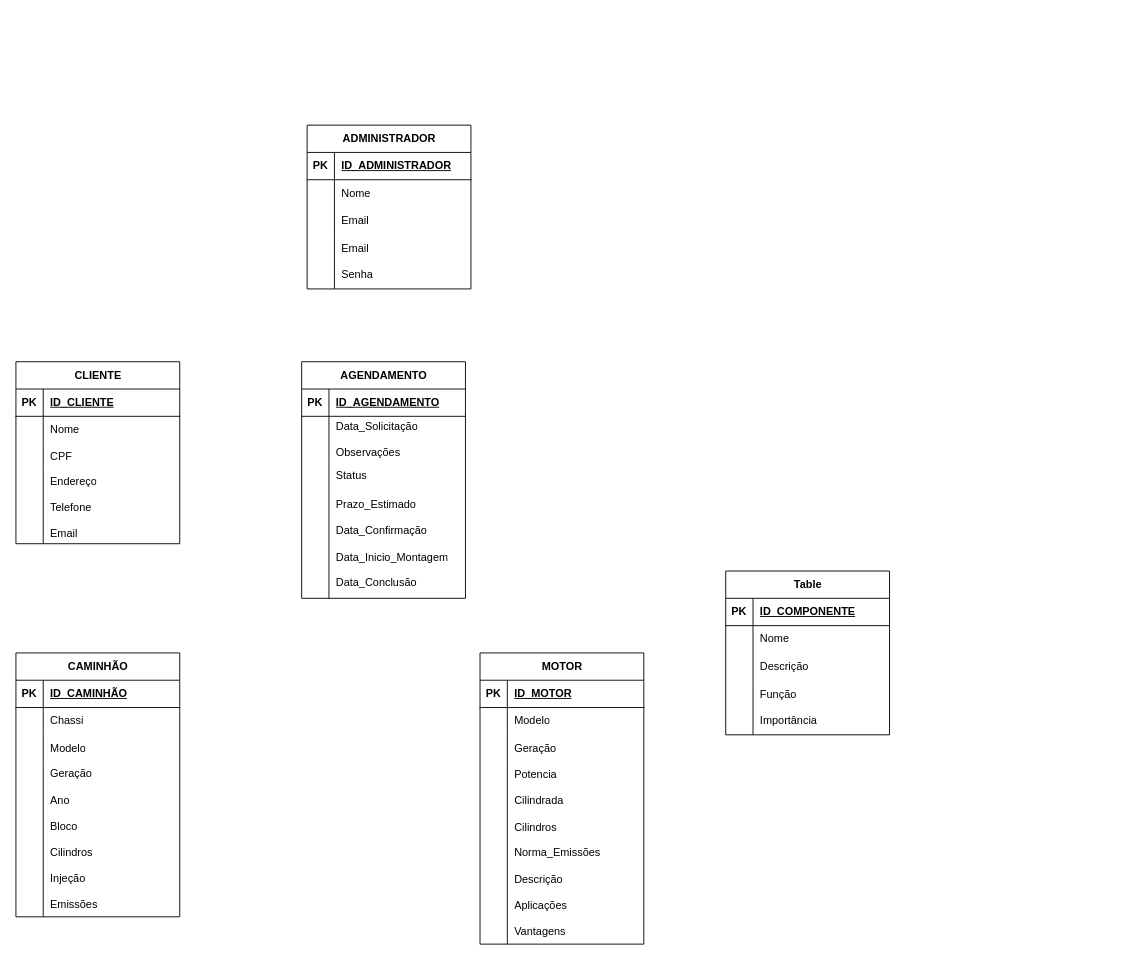
This is database/diagrams/02-diagrama-detalhado.drawio from Tittozo/Project-FeioDiesel, a draw.io file, before an edit. Source tidied: cells renumbered, new cells numbered last; positions are measured from the earlier drawing's top-left corner, leaving out a move shared by most shapes. Both pictures are drawn from the tidied source at 91%, with x=0, y=0 at pixel (15, 125).
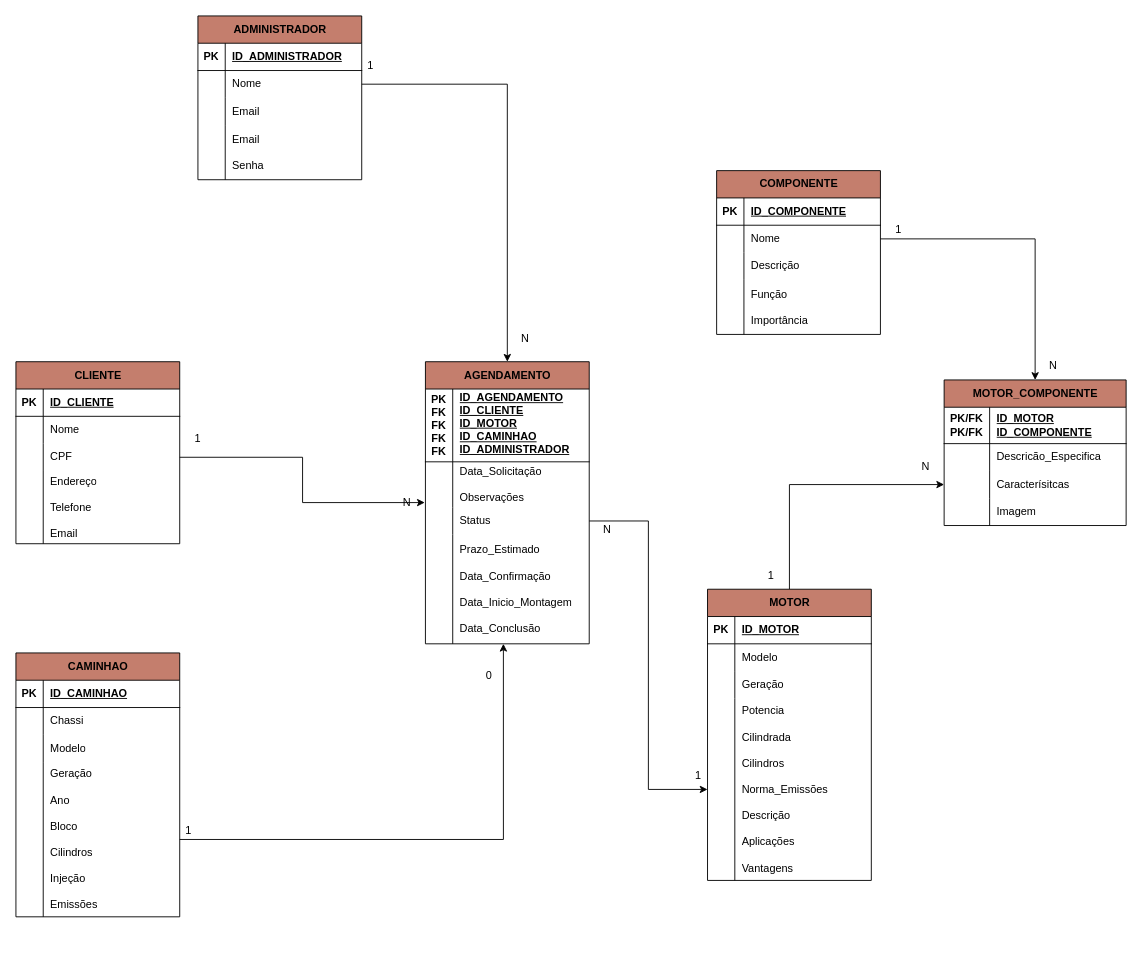
The same page after the edit.

The change refers to these unchanged cells:
```xml
<mxCell id="9" style="shape=tableRow;horizontal=0;startSize=0;swimlaneHead=0;swimlaneBody=0;fillColor=none;points=[[0,0.5],[1,0.5]];portConstraint=eastwest;top=0;left=0;right=0;bottom=0;" parent="2" vertex="1">
  <mxGeometry y="90" width="180" height="30" as="geometry" />
</mxCell>
<mxCell id="29" style="shape=tableRow;horizontal=0;startSize=0;swimlaneHead=0;swimlaneBody=0;fillColor=none;top=0;left=0;right=0;bottom=1;" parent="28" vertex="1">
  <mxGeometry y="30" width="180" height="30" as="geometry" />
</mxCell>
<mxCell id="38" style="shape=tableRow;horizontal=0;startSize=0;swimlaneHead=0;swimlaneBody=0;fillColor=none;points=[[0,0.5],[1,0.5]];portConstraint=eastwest;top=0;left=0;right=0;bottom=0;" parent="28" vertex="1">
  <mxGeometry y="120" width="180" height="170" as="geometry" />
</mxCell>
<mxCell id="51" style="shape=tableRow;horizontal=0;startSize=0;swimlaneHead=0;swimlaneBody=0;fillColor=none;points=[[0,0.5],[1,0.5]];portConstraint=eastwest;top=0;left=0;right=0;bottom=0;" parent="41" vertex="1">
  <mxGeometry y="120" width="180" height="200" as="geometry" />
</mxCell>
<mxCell id="58" style="shape=tableRow;horizontal=0;startSize=0;swimlaneHead=0;swimlaneBody=0;fillColor=none;points=[[0,0.5],[1,0.5]];portConstraint=eastwest;top=0;left=0;right=0;bottom=0;" parent="54" vertex="1">
  <mxGeometry y="60" width="180" height="30" as="geometry" />
</mxCell>
<mxCell id="71" style="shape=tableRow;horizontal=0;startSize=0;swimlaneHead=0;swimlaneBody=0;fillColor=none;points=[[0,0.5],[1,0.5]];portConstraint=eastwest;top=0;left=0;right=0;bottom=0;" parent="67" vertex="1">
  <mxGeometry y="60" width="180" height="30" as="geometry" />
</mxCell>
```

Change to the diagram source:
```diff
@@
-    <mxCell id="2" value="CLIENTE" style="shape=table;startSize=30;childLayout=tableLayout;rowLines=0;fontStyle=1;align=center;html=1;" parent="1" vertex="1">
+    <mxCell id="2" value="CLIENTE" style="shape=table;startSize=30;childLayout=tableLayout;rowLines=0;fontStyle=1;align=center;html=1;fillColor=#C47E6D;" parent="1" vertex="1">
       <mxGeometry y="260" width="180" height="200" as="geometry" />
     </mxCell>
@@
-    <mxCell id="15" value="AGENDAMENTO" style="shape=table;startSize=30;childLayout=tableLayout;rowLines=0;fontStyle=1;align=center;html=1;" parent="1" vertex="1">
-      <mxGeometry x="314" y="260" width="180" height="260" as="geometry" />
+    <mxCell id="15" value="AGENDAMENTO" style="shape=table;startSize=30;childLayout=tableLayout;rowLines=0;fontStyle=1;align=center;html=1;fillColor=#C47E6D;" parent="1" vertex="1">
+      <mxGeometry x="450" y="260" width="180" height="310" as="geometry" />
     </mxCell>
     <mxCell id="16" style="shape=tableRow;horizontal=0;startSize=0;swimlaneHead=0;swimlaneBody=0;fillColor=none;top=0;left=0;right=0;bottom=1;" parent="15" vertex="1">
-      <mxGeometry y="30" width="180" height="30" as="geometry" />
+      <mxGeometry y="30" width="180" height="80" as="geometry" />
     </mxCell>
-    <mxCell id="17" value="PK" style="shape=partialRectangle;fillColor=none;top=0;left=0;bottom=0;right=0;fontStyle=1;overflow=hidden;whiteSpace=wrap;html=1;" parent="16" vertex="1">
-      <mxGeometry width="30" height="30" as="geometry" />
+    <mxCell id="17" value="PK&lt;div&gt;FK&lt;/div&gt;&lt;div&gt;FK&lt;/div&gt;&lt;div&gt;FK&lt;/div&gt;&lt;div&gt;FK&lt;/div&gt;" style="shape=partialRectangle;fillColor=none;top=0;left=0;bottom=0;right=0;fontStyle=1;overflow=hidden;whiteSpace=wrap;html=1;" parent="16" vertex="1">
+      <mxGeometry width="30" height="80" as="geometry" />
     </mxCell>
-    <mxCell id="18" value="ID_AGENDAMENTO" style="shape=partialRectangle;fillColor=none;top=0;left=0;bottom=0;right=0;align=left;spacingLeft=6;fontStyle=5;overflow=hidden;whiteSpace=wrap;html=1;" parent="16" vertex="1">
-      <mxGeometry x="30" width="150" height="30" as="geometry" />
+    <mxCell id="18" value="&lt;div&gt;&lt;span style=&quot;background-color: transparent; color: light-dark(rgb(0, 0, 0), rgb(255, 255, 255));&quot;&gt;ID_AGENDAMENTO&lt;/span&gt;&lt;/div&gt;&lt;div&gt;ID_CLIENTE&lt;/div&gt;&lt;div&gt;ID_MOTOR&lt;/div&gt;&lt;div&gt;ID_CAMINHAO&lt;/div&gt;&lt;div&gt;ID_ADMINISTRADOR&lt;/div&gt;&lt;div&gt;&lt;br&gt;&lt;/div&gt;" style="shape=partialRectangle;fillColor=none;top=0;left=0;bottom=0;right=0;align=left;spacingLeft=6;fontStyle=5;overflow=hidden;whiteSpace=wrap;html=1;" parent="16" vertex="1">
+      <mxGeometry x="30" width="150" height="80" as="geometry" />
     </mxCell>
     <mxCell id="19" style="shape=tableRow;horizontal=0;startSize=0;swimlaneHead=0;swimlaneBody=0;fillColor=none;points=[[0,0.5],[1,0.5]];portConstraint=eastwest;top=0;left=0;right=0;bottom=0;" parent="15" vertex="1">
-      <mxGeometry y="60" width="180" height="50" as="geometry" />
+      <mxGeometry y="110" width="180" height="50" as="geometry" />
     </mxCell>
@@
     <mxCell id="22" style="shape=tableRow;horizontal=0;startSize=0;swimlaneHead=0;swimlaneBody=0;fillColor=none;points=[[0,0.5],[1,0.5]];portConstraint=eastwest;top=0;left=0;right=0;bottom=0;" parent="15" vertex="1">
-      <mxGeometry y="110" width="180" height="30" as="geometry" />
+      <mxGeometry y="160" width="180" height="30" as="geometry" />
     </mxCell>
@@
     <mxCell id="25" style="shape=tableRow;horizontal=0;startSize=0;swimlaneHead=0;swimlaneBody=0;fillColor=none;points=[[0,0.5],[1,0.5]];portConstraint=eastwest;top=0;left=0;right=0;bottom=0;" parent="15" vertex="1">
-      <mxGeometry y="140" width="180" height="120" as="geometry" />
+      <mxGeometry y="190" width="180" height="120" as="geometry" />
     </mxCell>
@@
-    <mxCell id="28" value="CAMINHÃO" style="shape=table;startSize=30;childLayout=tableLayout;rowLines=0;fontStyle=1;align=center;html=1;" parent="1" vertex="1">
+    <mxCell id="28" value="CAMINHAO" style="shape=table;startSize=30;childLayout=tableLayout;rowLines=0;fontStyle=1;align=center;html=1;fillColor=#C47E6D;" parent="1" vertex="1">
       <mxGeometry y="580" width="180" height="290" as="geometry" />
     </mxCell>
@@
-    <mxCell id="31" value="ID_CAMINHÃO" style="shape=partialRectangle;fillColor=none;top=0;left=0;bottom=0;right=0;align=left;spacingLeft=6;fontStyle=5;overflow=hidden;whiteSpace=wrap;html=1;" parent="29" vertex="1">
+    <mxCell id="31" value="ID_CAMINHAO" style="shape=partialRectangle;fillColor=none;top=0;left=0;bottom=0;right=0;align=left;spacingLeft=6;fontStyle=5;overflow=hidden;whiteSpace=wrap;html=1;" parent="29" vertex="1">
       <mxGeometry x="30" width="150" height="30" as="geometry" />
     </mxCell>
@@
+    <mxCell id="80" style="edgeStyle=orthogonalEdgeStyle;rounded=0;jettySize=auto;html=1;exitX=0.5;exitY=0;exitDx=0;exitDy=0;entryX=0;entryY=0.5;entryDx=0;entryDy=0;" parent="1" edge="1" source="41" target="100">
+      <mxGeometry relative="1" as="geometry" />
+    </mxCell>
-    <mxCell id="41" value="MOTOR" style="shape=table;startSize=30;childLayout=tableLayout;rowLines=0;fontStyle=1;align=center;html=1;" parent="1" vertex="1">
-      <mxGeometry x="510" y="580" width="180" height="320" as="geometry" />
+    <mxCell id="41" value="MOTOR" style="shape=table;startSize=30;childLayout=tableLayout;rowLines=0;fontStyle=1;align=center;html=1;fillColor=#C47E6D;" parent="1" vertex="1">
+      <mxGeometry x="760" y="510" width="180" height="320" as="geometry" />
     </mxCell>
@@
-    <mxCell id="54" value="Table" style="shape=table;startSize=30;childLayout=tableLayout;rowLines=0;fontStyle=1;align=center;html=1;" parent="1" vertex="1">
-      <mxGeometry x="780" y="490" width="180" height="180" as="geometry" />
+    <mxCell id="54" value="COMPONENTE" style="shape=table;startSize=30;childLayout=tableLayout;rowLines=0;fontStyle=1;align=center;html=1;fillColor=#C47E6D;" parent="1" vertex="1">
+      <mxGeometry x="770" y="50" width="180" height="180" as="geometry" />
     </mxCell>
@@
-    <mxCell id="67" value="ADMINISTRADOR" style="shape=table;startSize=30;childLayout=tableLayout;rowLines=0;fontStyle=1;align=center;html=1;" parent="1" vertex="1">
-      <mxGeometry x="320" width="180" height="180" as="geometry" />
+    <mxCell id="67" value="ADMINISTRADOR" style="shape=table;startSize=30;childLayout=tableLayout;rowLines=0;fontStyle=1;align=center;html=1;fillColor=#C47E6D;" parent="1" vertex="1">
+      <mxGeometry x="200" y="-120" width="180" height="180" as="geometry" />
     </mxCell>
@@
+    <mxCell id="81" style="edgeStyle=orthogonalEdgeStyle;rounded=0;jettySize=auto;html=1;exitX=1;exitY=0.5;exitDx=0;exitDy=0;entryX=-0.004;entryY=0.896;entryDx=0;entryDy=0;entryPerimeter=0;" parent="1" edge="1" source="9" target="19">
+      <mxGeometry relative="1" as="geometry" />
+    </mxCell>
+    <mxCell id="82" value="1" style="text;html=1;whiteSpace=wrap;strokeColor=none;fillColor=none;align=center;verticalAlign=middle;rounded=0;" parent="1" vertex="1">
+      <mxGeometry x="170" y="330" width="60" height="30" as="geometry" />
+    </mxCell>
+    <mxCell id="83" value="N" style="text;html=1;whiteSpace=wrap;strokeColor=none;fillColor=none;align=center;verticalAlign=middle;rounded=0;" parent="1" vertex="1">
+      <mxGeometry x="400" y="400" width="60" height="30" as="geometry" />
+    </mxCell>
+    <mxCell id="84" style="edgeStyle=orthogonalEdgeStyle;rounded=0;jettySize=auto;html=1;exitX=1;exitY=0.5;exitDx=0;exitDy=0;entryX=0;entryY=0.5;entryDx=0;entryDy=0;" parent="1" edge="1" source="22" target="51">
+      <mxGeometry relative="1" as="geometry" />
+    </mxCell>
+    <mxCell id="85" value="N" style="text;html=1;whiteSpace=wrap;strokeColor=none;fillColor=none;align=center;verticalAlign=middle;rounded=0;" parent="1" vertex="1">
+      <mxGeometry x="620" y="430" width="60" height="30" as="geometry" />
+    </mxCell>
+    <mxCell id="86" value="1" style="text;html=1;whiteSpace=wrap;strokeColor=none;fillColor=none;align=center;verticalAlign=middle;rounded=0;" parent="1" vertex="1">
+      <mxGeometry x="720" y="700" width="60" height="30" as="geometry" />
+    </mxCell>
+    <mxCell id="87" style="edgeStyle=orthogonalEdgeStyle;rounded=0;jettySize=auto;html=1;exitX=1;exitY=0.5;exitDx=0;exitDy=0;entryX=0.476;entryY=1;entryDx=0;entryDy=0;entryPerimeter=0;" parent="1" edge="1" source="38" target="25">
+      <mxGeometry relative="1" as="geometry" />
+    </mxCell>
+    <mxCell id="88" value="0" style="text;html=1;whiteSpace=wrap;strokeColor=none;fillColor=none;align=center;verticalAlign=middle;rounded=0;" parent="1" vertex="1">
+      <mxGeometry x="490" y="590" width="60" height="30" as="geometry" />
+    </mxCell>
+    <mxCell id="89" value="1" style="text;html=1;whiteSpace=wrap;strokeColor=none;fillColor=none;align=center;verticalAlign=middle;rounded=0;" parent="1" vertex="1">
+      <mxGeometry x="160" y="760" width="60" height="30" as="geometry" />
+    </mxCell>
+    <mxCell id="90" style="edgeStyle=orthogonalEdgeStyle;rounded=0;jettySize=auto;html=1;exitX=1;exitY=0.5;exitDx=0;exitDy=0;entryX=0.5;entryY=0;entryDx=0;entryDy=0;" parent="1" edge="1" source="71" target="15">
+      <mxGeometry relative="1" as="geometry" />
+    </mxCell>
+    <mxCell id="91" value="1" style="text;html=1;whiteSpace=wrap;strokeColor=none;fillColor=none;align=center;verticalAlign=middle;rounded=0;" parent="1" vertex="1">
+      <mxGeometry x="360" y="-80" width="60" height="30" as="geometry" />
+    </mxCell>
+    <mxCell id="92" value="N" style="text;html=1;whiteSpace=wrap;strokeColor=none;fillColor=none;align=center;verticalAlign=middle;rounded=0;" parent="1" vertex="1">
+      <mxGeometry x="530" y="220" width="60" height="30" as="geometry" />
+    </mxCell>
+    <mxCell id="93" value="MOTOR_COMPONENTE" style="shape=table;startSize=30;childLayout=tableLayout;rowLines=0;fontStyle=1;align=center;html=1;fillColor=#C47E6D;" parent="1" vertex="1">
+      <mxGeometry x="1020" y="280" width="200" height="160" as="geometry" />
+    </mxCell>
+    <mxCell id="94" style="shape=tableRow;horizontal=0;startSize=0;swimlaneHead=0;swimlaneBody=0;fillColor=none;top=0;left=0;right=0;bottom=1;" parent="93" vertex="1">
+      <mxGeometry y="30" width="200" height="40" as="geometry" />
+    </mxCell>
+    <mxCell id="95" value="PK/FK&lt;div&gt;PK/FK&lt;/div&gt;" style="shape=partialRectangle;fillColor=none;top=0;left=0;bottom=0;right=0;fontStyle=1;overflow=hidden;whiteSpace=wrap;html=1;" parent="94" vertex="1">
+      <mxGeometry width="50" height="40" as="geometry" />
+    </mxCell>
+    <mxCell id="96" value="ID_MOTOR&lt;div&gt;ID_COMPONENTE&lt;/div&gt;" style="shape=partialRectangle;fillColor=none;top=0;left=0;bottom=0;right=0;align=left;spacingLeft=6;fontStyle=5;overflow=hidden;whiteSpace=wrap;html=1;" parent="94" vertex="1">
+      <mxGeometry x="50" width="150" height="40" as="geometry" />
+    </mxCell>
+    <mxCell id="97" style="shape=tableRow;horizontal=0;startSize=0;swimlaneHead=0;swimlaneBody=0;fillColor=none;top=0;left=0;right=0;bottom=0;" parent="93" vertex="1">
+      <mxGeometry y="70" width="200" height="30" as="geometry" />
+    </mxCell>
+    <mxCell id="98" style="shape=partialRectangle;fillColor=none;top=0;left=0;bottom=0;right=0;overflow=hidden;whiteSpace=wrap;html=1;" parent="97" vertex="1">
+      <mxGeometry width="50" height="30" as="geometry" />
+    </mxCell>
+    <mxCell id="99" value="Descricão_Especifica" style="shape=partialRectangle;fillColor=none;top=0;left=0;bottom=0;right=0;align=left;spacingLeft=6;overflow=hidden;whiteSpace=wrap;html=1;" parent="97" vertex="1">
+      <mxGeometry x="50" width="150" height="30" as="geometry" />
+    </mxCell>
+    <mxCell id="100" style="shape=tableRow;horizontal=0;startSize=0;swimlaneHead=0;swimlaneBody=0;fillColor=none;points=[[0,0.5],[1,0.5]];portConstraint=eastwest;top=0;left=0;right=0;bottom=0;" parent="93" vertex="1">
+      <mxGeometry y="100" width="200" height="30" as="geometry" />
+    </mxCell>
+    <mxCell id="101" style="shape=partialRectangle;fillColor=none;top=0;left=0;bottom=0;right=0;overflow=hidden;whiteSpace=wrap;html=1;" parent="100" vertex="1">
+      <mxGeometry width="50" height="30" as="geometry" />
+    </mxCell>
+    <mxCell id="102" value="Caracterísitcas" style="shape=partialRectangle;fillColor=none;top=0;left=0;bottom=0;right=0;align=left;spacingLeft=6;overflow=hidden;whiteSpace=wrap;html=1;" parent="100" vertex="1">
+      <mxGeometry x="50" width="150" height="30" as="geometry" />
+    </mxCell>
+    <mxCell id="103" style="shape=tableRow;horizontal=0;startSize=0;swimlaneHead=0;swimlaneBody=0;fillColor=none;top=0;left=0;right=0;bottom=0;" parent="93" vertex="1">
+      <mxGeometry y="130" width="200" height="30" as="geometry" />
+    </mxCell>
+    <mxCell id="104" style="shape=partialRectangle;fillColor=none;top=0;left=0;bottom=0;right=0;overflow=hidden;whiteSpace=wrap;html=1;" parent="103" vertex="1">
+      <mxGeometry width="50" height="30" as="geometry" />
+    </mxCell>
+    <mxCell id="105" value="Imagem" style="shape=partialRectangle;fillColor=none;top=0;left=0;bottom=0;right=0;align=left;spacingLeft=6;overflow=hidden;whiteSpace=wrap;html=1;" parent="103" vertex="1">
+      <mxGeometry x="50" width="150" height="30" as="geometry" />
+    </mxCell>
+    <mxCell id="106" value="1" style="text;html=1;whiteSpace=wrap;strokeColor=none;fillColor=none;align=center;verticalAlign=middle;rounded=0;" parent="1" vertex="1">
+      <mxGeometry x="800" y="480" width="60" height="30" as="geometry" />
+    </mxCell>
+    <mxCell id="107" value="N" style="text;html=1;whiteSpace=wrap;strokeColor=none;fillColor=none;align=center;verticalAlign=middle;rounded=0;" parent="1" vertex="1">
+      <mxGeometry x="970" y="360" width="60" height="30" as="geometry" />
+    </mxCell>
+    <mxCell id="108" style="edgeStyle=orthogonalEdgeStyle;rounded=0;jettySize=auto;html=1;exitX=1;exitY=0.5;exitDx=0;exitDy=0;entryX=0.5;entryY=0;entryDx=0;entryDy=0;" parent="1" edge="1" source="58" target="93">
+      <mxGeometry relative="1" as="geometry" />
+    </mxCell>
+    <mxCell id="109" value="N" style="text;html=1;whiteSpace=wrap;strokeColor=none;fillColor=none;align=center;verticalAlign=middle;rounded=0;" parent="1" vertex="1">
+      <mxGeometry x="1110" y="250" width="60" height="30" as="geometry" />
+    </mxCell>
+    <mxCell id="110" value="1" style="text;html=1;whiteSpace=wrap;strokeColor=none;fillColor=none;align=center;verticalAlign=middle;rounded=0;" parent="1" vertex="1">
+      <mxGeometry x="940" y="100" width="60" height="30" as="geometry" />
+    </mxCell>
```
